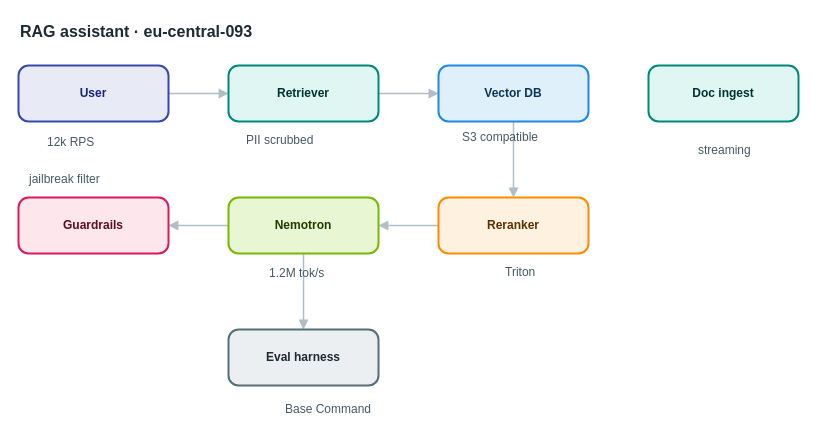
Earlier version of the draw.io diagram apps/web/public/samples/library/093-rag-assistant.drawio (AryanG01/open-apprentice). Source tidied: cells renumbered, new cells numbered last; positions are measured from the earlier drawing's top-left corner, leaving out a move shared by most shapes. Both pictures are drawn from the tidied source at 100%, with x=0, y=0 at pixel (18, 17).
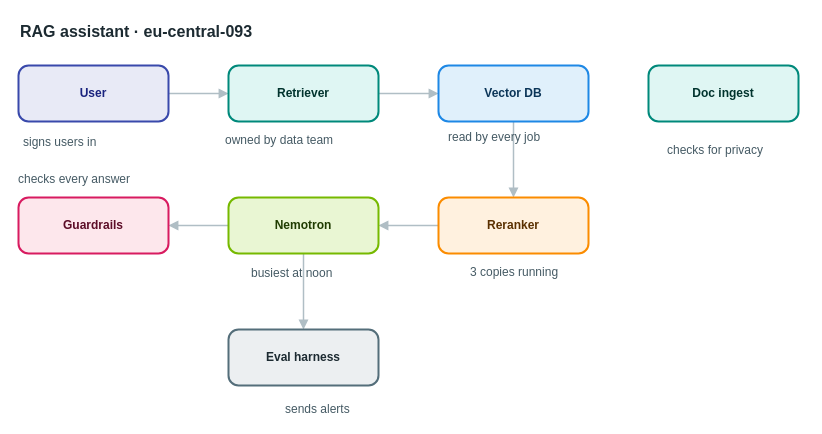
After the change.

What changed in the source:
```diff
@@
-    <mxCell id="17" value="12k RPS" style="text;html=1;align=left;verticalAlign=top;whiteSpace=nowrap;spacing=0;spacingTop=0;strokeColor=none;fillColor=none;fontSize=12;fontColor=#455a64;" parent="1" vertex="1">
-      <mxGeometry x="29" y="113" width="61" height="20" as="geometry" />
+    <mxCell id="17" value="signs users in" style="text;html=1;align=left;verticalAlign=top;whiteSpace=nowrap;spacing=0;spacingTop=0;strokeColor=none;fillColor=none;fontSize=12;fontColor=#455a64;" parent="1" vertex="1">
+      <mxGeometry x="5" y="113" width="110" height="20" as="geometry" />
     </mxCell>
-    <mxCell id="18" value="PII scrubbed" style="text;html=1;align=left;verticalAlign=top;whiteSpace=nowrap;spacing=0;spacingTop=0;strokeColor=none;fillColor=none;fontSize=12;fontColor=#455a64;" parent="1" vertex="1">
-      <mxGeometry x="228" y="111" width="96" height="20" as="geometry" />
+    <mxCell id="18" value="owned by data team" style="text;html=1;align=left;verticalAlign=top;whiteSpace=nowrap;spacing=0;spacingTop=0;strokeColor=none;fillColor=none;fontSize=12;fontColor=#455a64;" parent="1" vertex="1">
+      <mxGeometry x="207" y="111" width="138" height="20" as="geometry" />
     </mxCell>
-    <mxCell id="19" value="S3 compatible" style="text;html=1;align=left;verticalAlign=top;whiteSpace=nowrap;spacing=0;spacingTop=0;strokeColor=none;fillColor=none;fontSize=12;fontColor=#455a64;" parent="1" vertex="1">
-      <mxGeometry x="444" y="108" width="103" height="20" as="geometry" />
+    <mxCell id="19" value="read by every job" style="text;html=1;align=left;verticalAlign=top;whiteSpace=nowrap;spacing=0;spacingTop=0;strokeColor=none;fillColor=none;fontSize=12;fontColor=#455a64;" parent="1" vertex="1">
+      <mxGeometry x="430" y="108" width="131" height="20" as="geometry" />
     </mxCell>
-    <mxCell id="20" value="Triton" style="text;html=1;align=left;verticalAlign=top;whiteSpace=nowrap;spacing=0;spacingTop=0;strokeColor=none;fillColor=none;fontSize=12;fontColor=#455a64;" parent="1" vertex="1">
-      <mxGeometry x="487" y="243" width="54" height="20" as="geometry" />
+    <mxCell id="20" value="3 copies running" style="text;html=1;align=left;verticalAlign=top;whiteSpace=nowrap;spacing=0;spacingTop=0;strokeColor=none;fillColor=none;fontSize=12;fontColor=#455a64;" parent="1" vertex="1">
+      <mxGeometry x="452" y="243" width="124" height="20" as="geometry" />
     </mxCell>
-    <mxCell id="21" value="1.2M tok/s" style="text;html=1;align=left;verticalAlign=top;whiteSpace=nowrap;spacing=0;spacingTop=0;strokeColor=none;fillColor=none;fontSize=12;fontColor=#455a64;" parent="1" vertex="1">
-      <mxGeometry x="251" y="244" width="82" height="20" as="geometry" />
+    <mxCell id="21" value="busiest at noon" style="text;html=1;align=left;verticalAlign=top;whiteSpace=nowrap;spacing=0;spacingTop=0;strokeColor=none;fillColor=none;fontSize=12;fontColor=#455a64;" parent="1" vertex="1">
+      <mxGeometry x="233" y="244" width="117" height="20" as="geometry" />
     </mxCell>
-    <mxCell id="22" value="jailbreak filter" style="text;html=1;align=left;verticalAlign=top;whiteSpace=nowrap;spacing=0;spacingTop=0;strokeColor=none;fillColor=none;fontSize=12;fontColor=#455a64;" parent="1" vertex="1">
-      <mxGeometry x="11" y="150" width="124" height="20" as="geometry" />
+    <mxCell id="22" value="checks every answer" style="text;html=1;align=left;verticalAlign=top;whiteSpace=nowrap;spacing=0;spacingTop=0;strokeColor=none;fillColor=none;fontSize=12;fontColor=#455a64;" parent="1" vertex="1">
+      <mxGeometry y="150" width="145" height="20" as="geometry" />
     </mxCell>
-    <mxCell id="23" value="streaming" style="text;html=1;align=left;verticalAlign=top;whiteSpace=nowrap;spacing=0;spacingTop=0;strokeColor=none;fillColor=none;fontSize=12;fontColor=#455a64;" parent="1" vertex="1">
-      <mxGeometry x="680" y="121" width="75" height="20" as="geometry" />
+    <mxCell id="23" value="checks for privacy" style="text;html=1;align=left;verticalAlign=top;whiteSpace=nowrap;spacing=0;spacingTop=0;strokeColor=none;fillColor=none;fontSize=12;fontColor=#455a64;" parent="1" vertex="1">
+      <mxGeometry x="649" y="121" width="138" height="20" as="geometry" />
     </mxCell>
-    <mxCell id="24" value="Base Command" style="text;html=1;align=left;verticalAlign=top;whiteSpace=nowrap;spacing=0;spacingTop=0;strokeColor=none;fillColor=none;fontSize=12;fontColor=#455a64;" parent="1" vertex="1">
+    <mxCell id="24" value="sends alerts" style="text;html=1;align=left;verticalAlign=top;whiteSpace=nowrap;spacing=0;spacingTop=0;strokeColor=none;fillColor=none;fontSize=12;fontColor=#455a64;" parent="1" vertex="1">
       <mxGeometry x="267" y="380" width="96" height="20" as="geometry" />
     </mxCell>
```
